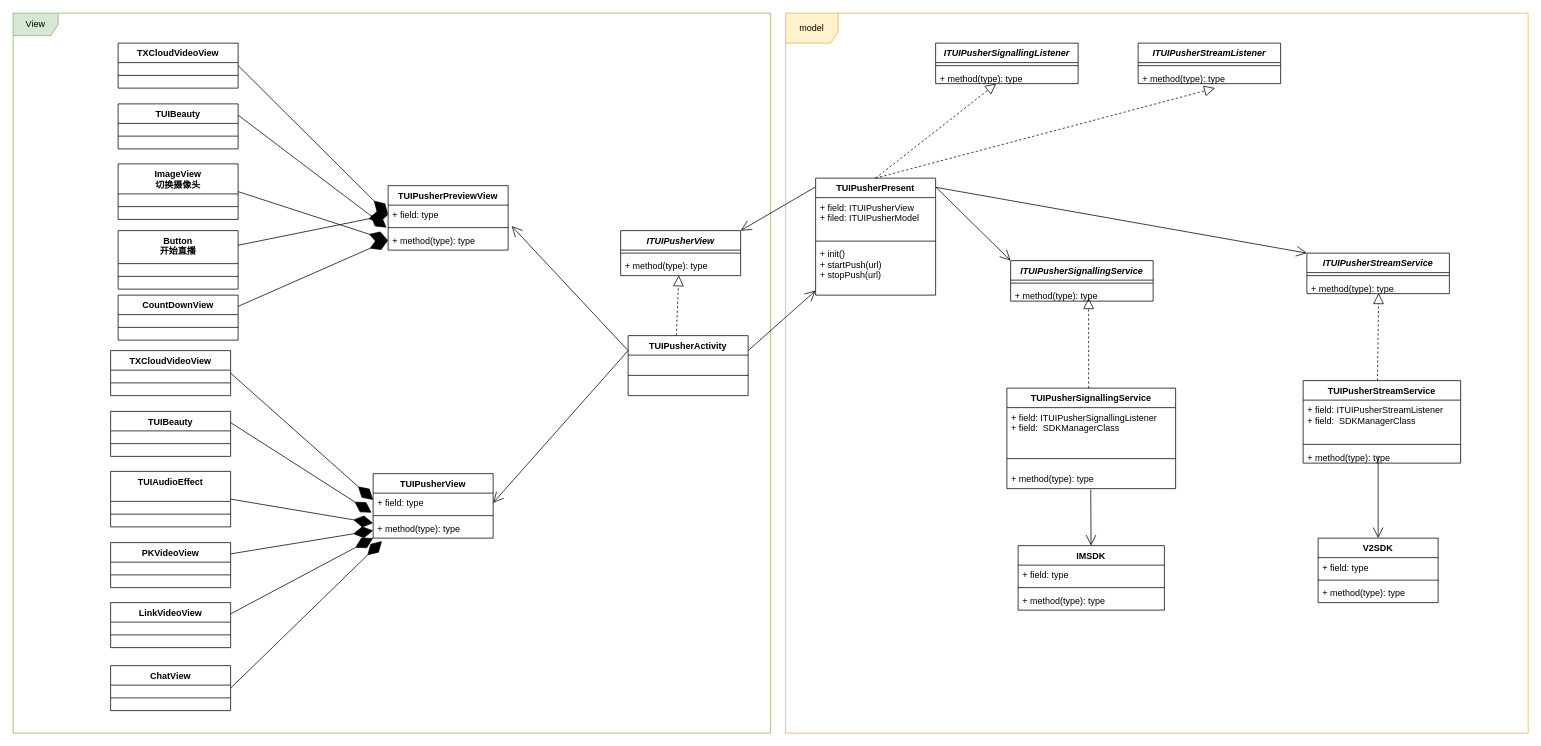
Before: diagrams/TUIPusher.drawio in paopaosecret/resources, a draw.io diagram. Source tidied: cells renumbered, new cells numbered last; positions are measured from the earlier drawing's top-left corner, leaving out a move shared by most shapes. Both pictures are drawn from the tidied source at 75%, with x=0, y=0 at pixel (13, 13).
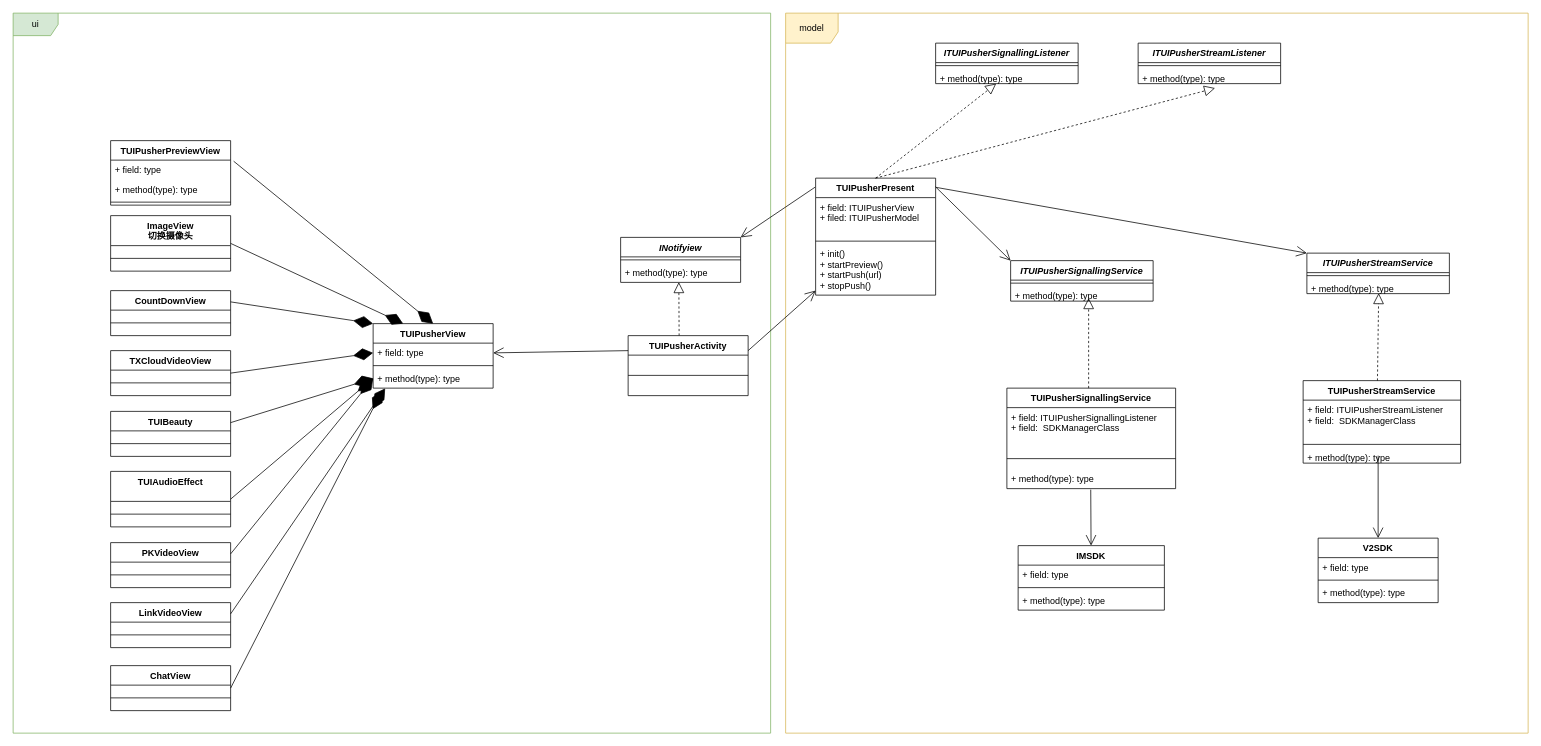
The same diagram, later.

The change refers to these unchanged cells:
```xml
<mxCell id="6" value="+ method(type): type" style="text;strokeColor=none;fillColor=none;align=left;verticalAlign=top;spacingLeft=4;spacingRight=4;overflow=hidden;points=[[0,0.5],[1,0.5]];portConstraint=eastwest;" parent="4" vertex="1">
  <mxGeometry y="34" width="160" height="26" as="geometry" />
</mxCell>
<mxCell id="7" value="TUIPusherPresent" style="swimlane;fontStyle=1;align=center;verticalAlign=top;horizontal=1;startSize=26;" parent="1" vertex="1">
  <mxGeometry x="1070" y="220" width="160" height="156" as="geometry" />
</mxCell>
<mxCell id="12" value="+ field: type" style="text;strokeColor=none;fillColor=none;align=left;verticalAlign=top;spacingLeft=4;spacingRight=4;overflow=hidden;points=[[0,0.5],[1,0.5]];portConstraint=eastwest;" parent="11" vertex="1">
  <mxGeometry y="26" width="160" height="26" as="geometry" />
</mxCell>
<mxCell id="21" value="TUIPusherActivity" style="swimlane;fontStyle=1;align=center;verticalAlign=top;horizontal=1;startSize=26;" parent="1" vertex="1">
  <mxGeometry x="820" y="430" width="160" height="80" as="geometry" />
</mxCell>
<mxCell id="57" value="+ field: type" style="text;strokeColor=none;fillColor=none;align=left;verticalAlign=top;spacingLeft=4;spacingRight=4;overflow=hidden;points=[[0,0.5],[1,0.5]];portConstraint=eastwest;" parent="56" vertex="1">
  <mxGeometry y="26" width="160" height="26" as="geometry" />
</mxCell>
<mxCell id="59" value="+ method(type): type" style="text;strokeColor=none;fillColor=none;align=left;verticalAlign=top;spacingLeft=4;spacingRight=4;overflow=hidden;points=[[0,0.5],[1,0.5]];portConstraint=eastwest;" parent="56" vertex="1">
  <mxGeometry y="60" width="160" height="26" as="geometry" />
</mxCell>
<mxCell id="77" value="TXCloudVideoView" style="swimlane;fontStyle=1;align=center;verticalAlign=top;horizontal=1;startSize=26;" parent="1" vertex="1">
  <mxGeometry x="130" y="450" width="160" height="60" as="geometry" />
</mxCell>
<mxCell id="80" value="TUIBeauty" style="swimlane;fontStyle=1;align=center;verticalAlign=top;horizontal=1;startSize=26;" parent="1" vertex="1">
  <mxGeometry x="130" y="531" width="160" height="60" as="geometry" />
</mxCell>
<mxCell id="83" value="TUIAudioEffect" style="swimlane;fontStyle=1;align=center;verticalAlign=top;horizontal=1;startSize=40;" parent="1" vertex="1">
  <mxGeometry x="130" y="611" width="160" height="74" as="geometry" />
</mxCell>
<mxCell id="86" value="PKVideoView&#10;" style="swimlane;fontStyle=1;align=center;verticalAlign=top;horizontal=1;startSize=26;" parent="1" vertex="1">
  <mxGeometry x="130" y="706" width="160" height="60" as="geometry" />
</mxCell>
<mxCell id="89" value="LinkVideoView" style="swimlane;fontStyle=1;align=center;verticalAlign=top;horizontal=1;startSize=26;" parent="1" vertex="1">
  <mxGeometry x="130" y="786" width="160" height="60" as="geometry" />
</mxCell>
```

The edit, as a diff of the source:
```diff
@@
-    <mxCell id="2" value="View" style="shape=umlFrame;whiteSpace=wrap;html=1;strokeColor=#82b366;fillColor=#d5e8d4;" parent="1" vertex="1">
+    <mxCell id="2" value="ui" style="shape=umlFrame;whiteSpace=wrap;html=1;strokeColor=#82b366;fillColor=#d5e8d4;" parent="1" vertex="1">
       <mxGeometry width="1010" height="960" as="geometry" />
     </mxCell>
@@
-    <mxCell id="4" value="ITUIPusherView" style="swimlane;fontStyle=3;align=center;verticalAlign=top;horizontal=1;startSize=26;" parent="1" vertex="1">
-      <mxGeometry x="810" y="290" width="160" height="60" as="geometry" />
+    <mxCell id="4" value="INotifyiew" style="swimlane;fontStyle=3;align=center;verticalAlign=top;horizontal=1;startSize=26;" parent="1" vertex="1">
+      <mxGeometry x="810" y="299" width="160" height="60" as="geometry" />
     </mxCell>
@@
-    <mxCell id="10" value="+ init()&#10;+ startPush(url)&#10;+ stopPush(url)" style="text;strokeColor=none;fillColor=none;align=left;verticalAlign=top;spacingLeft=4;spacingRight=4;overflow=hidden;" parent="7" vertex="1">
+    <mxCell id="10" value="+ init()&#10;+ startPreview()&#10;+ startPush(url)&#10;+ stopPush()" style="text;strokeColor=none;fillColor=none;align=left;verticalAlign=top;spacingLeft=4;spacingRight=4;overflow=hidden;" parent="7" vertex="1">
       <mxGeometry y="88" width="160" height="68" as="geometry" />
     </mxCell>
     <mxCell id="11" value="TUIPusherPreviewView" style="swimlane;fontStyle=1;align=center;verticalAlign=top;horizontal=1;startSize=26;" parent="1" vertex="1">
-      <mxGeometry x="500" y="230" width="160" height="86" as="geometry" />
+      <mxGeometry x="130" y="170" width="160" height="86" as="geometry" />
     </mxCell>
@@
+    <mxCell id="14" value="+ method(type): type" style="text;strokeColor=none;fillColor=none;align=left;verticalAlign=top;spacingLeft=4;spacingRight=4;overflow=hidden;points=[[0,0.5],[1,0.5]];portConstraint=eastwest;" parent="11" vertex="1">
+      <mxGeometry y="52" width="160" height="26" as="geometry" />
+    </mxCell>
     <mxCell id="13" style="line;strokeWidth=1;fillColor=none;align=left;verticalAlign=middle;spacingTop=-1;spacingLeft=3;spacingRight=3;labelPosition=right;" parent="11" vertex="1">
-      <mxGeometry y="52" width="160" height="8" as="geometry" />
+      <mxGeometry y="78" width="160" height="8" as="geometry" />
     </mxCell>
-    <mxCell id="14" value="+ method(type): type" style="text;strokeColor=none;fillColor=none;align=left;verticalAlign=top;spacingLeft=4;spacingRight=4;overflow=hidden;points=[[0,0.5],[1,0.5]];portConstraint=eastwest;" parent="11" vertex="1">
-      <mxGeometry y="60" width="160" height="26" as="geometry" />
-    </mxCell>
-    <mxCell id="15" style="endArrow=block;dashed=1;endFill=0;endSize=12;html=1;exitX=0.402;exitY=-0.004;exitDx=0;exitDy=0;entryX=0.485;entryY=0.987;entryDx=0;entryDy=0;entryPerimeter=0;exitPerimeter=0;" parent="1" edge="1" source="21" target="6">
-      <mxGeometry relative="1" as="geometry" />
+    <mxCell id="15" style="endArrow=block;dashed=1;endFill=0;endSize=12;html=1;entryX=0.485;entryY=0.987;entryDx=0;entryDy=0;entryPerimeter=0;" parent="1" edge="1" target="6">
+      <mxGeometry relative="1" as="geometry">
+        <mxPoint x="888" y="430" as="sourcePoint" />
+      </mxGeometry>
     </mxCell>
@@
     <mxCell id="56" value="TUIPusherView" style="swimlane;fontStyle=1;align=center;verticalAlign=top;horizontal=1;startSize=26;" parent="1" vertex="1">
-      <mxGeometry x="480" y="614" width="160" height="86" as="geometry" />
+      <mxGeometry x="480" y="414" width="160" height="86" as="geometry" />
     </mxCell>
@@
-    <mxCell id="60" style="endArrow=open;endFill=1;endSize=12;html=1;entryX=1.03;entryY=-0.231;entryDx=0;entryDy=0;entryPerimeter=0;exitX=0;exitY=0.25;exitDx=0;exitDy=0;" parent="1" edge="1" source="21" target="14">
-      <mxGeometry relative="1" as="geometry" />
-    </mxCell>
@@
-    <mxCell id="62" value="TXCloudVideoView" style="swimlane;fontStyle=1;align=center;verticalAlign=top;horizontal=1;startSize=26;" parent="1" vertex="1">
-      <mxGeometry x="140" y="40" width="160" height="60" as="geometry" />
-    </mxCell>
-    <mxCell id="63" style="line;strokeWidth=1;fillColor=none;align=left;verticalAlign=middle;spacingTop=-1;spacingLeft=3;spacingRight=3;labelPosition=right;" parent="62" vertex="1">
-      <mxGeometry y="26" width="160" height="34" as="geometry" />
-    </mxCell>
-    <mxCell id="64" style="endArrow=diamondThin;endFill=1;endSize=24;html=1;entryX=0;entryY=0.5;entryDx=0;entryDy=0;exitX=1;exitY=0.5;exitDx=0;exitDy=0;" parent="1" edge="1" source="62" target="12">
+    <mxCell id="64" style="endArrow=diamondThin;endFill=1;endSize=24;html=1;entryX=0.5;entryY=0;entryDx=0;entryDy=0;exitX=1.025;exitY=0.055;exitDx=0;exitDy=0;exitPerimeter=0;" parent="1" edge="1" source="12" target="56">
       <mxGeometry relative="1" as="geometry" />
     </mxCell>
-    <mxCell id="65" value="TUIBeauty" style="swimlane;fontStyle=1;align=center;verticalAlign=top;horizontal=1;startSize=26;" parent="1" vertex="1">
-      <mxGeometry x="140" y="121" width="160" height="60" as="geometry" />
-    </mxCell>
-    <mxCell id="66" style="line;strokeWidth=1;fillColor=none;align=left;verticalAlign=middle;spacingTop=-1;spacingLeft=3;spacingRight=3;labelPosition=right;" parent="65" vertex="1">
-      <mxGeometry y="26" width="160" height="34" as="geometry" />
-    </mxCell>
-    <mxCell id="67" style="endArrow=diamondThin;endFill=1;endSize=24;html=1;exitX=1;exitY=0.25;exitDx=0;exitDy=0;entryX=-0.013;entryY=1.154;entryDx=0;entryDy=0;entryPerimeter=0;" parent="1" edge="1" source="65" target="12">
-      <mxGeometry relative="1" as="geometry" />
-    </mxCell>
     <mxCell id="68" value="ImageView&#10;切换摄像头" style="swimlane;fontStyle=1;align=center;verticalAlign=top;horizontal=1;startSize=40;" parent="1" vertex="1">
-      <mxGeometry x="140" y="201" width="160" height="74" as="geometry" />
+      <mxGeometry x="130" y="270" width="160" height="74" as="geometry" />
     </mxCell>
@@
-    <mxCell id="70" style="endArrow=diamondThin;endFill=1;endSize=24;html=1;exitX=1;exitY=0.5;exitDx=0;exitDy=0;entryX=0;entryY=0.5;entryDx=0;entryDy=0;" parent="1" edge="1" source="68" target="14">
+    <mxCell id="70" style="endArrow=diamondThin;endFill=1;endSize=24;html=1;exitX=1;exitY=0.5;exitDx=0;exitDy=0;entryX=0.25;entryY=0;entryDx=0;entryDy=0;" parent="1" edge="1" source="68" target="56">
       <mxGeometry relative="1" as="geometry" />
     </mxCell>
-    <mxCell id="71" value="Button&#10;开始直播" style="swimlane;fontStyle=1;align=center;verticalAlign=top;horizontal=1;startSize=44;" parent="1" vertex="1">
-      <mxGeometry x="140" y="290" width="160" height="78" as="geometry" />
-    </mxCell>
-    <mxCell id="72" style="line;strokeWidth=1;fillColor=none;align=left;verticalAlign=middle;spacingTop=-1;spacingLeft=3;spacingRight=3;labelPosition=right;" parent="71" vertex="1">
-      <mxGeometry y="44" width="160" height="34" as="geometry" />
-    </mxCell>
-    <mxCell id="73" style="endArrow=diamondThin;endFill=1;endSize=24;html=1;exitX=1;exitY=0.25;exitDx=0;exitDy=0;entryX=0;entryY=0.5;entryDx=0;entryDy=0;" parent="1" edge="1" source="71" target="12">
-      <mxGeometry relative="1" as="geometry" />
-    </mxCell>
     <mxCell id="74" value="CountDownView" style="swimlane;fontStyle=1;align=center;verticalAlign=top;horizontal=1;startSize=26;" parent="1" vertex="1">
-      <mxGeometry x="140" y="376" width="160" height="60" as="geometry" />
+      <mxGeometry x="130" y="370" width="160" height="60" as="geometry" />
     </mxCell>
@@
-    <mxCell id="76" style="endArrow=diamondThin;endFill=1;endSize=24;html=1;exitX=1;exitY=0.25;exitDx=0;exitDy=0;entryX=0;entryY=0.5;entryDx=0;entryDy=0;" parent="1" edge="1" source="74" target="14">
+    <mxCell id="76" style="endArrow=diamondThin;endFill=1;endSize=24;html=1;exitX=1;exitY=0.25;exitDx=0;exitDy=0;entryX=0;entryY=0;entryDx=0;entryDy=0;" parent="1" edge="1" source="74" target="56">
       <mxGeometry relative="1" as="geometry" />
     </mxCell>
@@
-    <mxCell id="79" style="endArrow=diamondThin;endFill=1;endSize=24;html=1;entryX=0;entryY=0.5;entryDx=0;entryDy=0;exitX=1;exitY=0.5;exitDx=0;exitDy=0;" parent="1" edge="1" source="77">
-      <mxGeometry relative="1" as="geometry">
-        <mxPoint x="480" y="649" as="targetPoint" />
-      </mxGeometry>
+    <mxCell id="79" style="endArrow=diamondThin;endFill=1;endSize=24;html=1;entryX=0;entryY=0.5;entryDx=0;entryDy=0;exitX=1;exitY=0.5;exitDx=0;exitDy=0;" parent="1" edge="1" source="77" target="57">
+      <mxGeometry relative="1" as="geometry" />
     </mxCell>
@@
-    <mxCell id="82" style="endArrow=diamondThin;endFill=1;endSize=24;html=1;exitX=1;exitY=0.25;exitDx=0;exitDy=0;entryX=-0.013;entryY=1.154;entryDx=0;entryDy=0;entryPerimeter=0;" parent="1" edge="1" source="80">
-      <mxGeometry relative="1" as="geometry">
-        <mxPoint x="477.9" y="666" as="targetPoint" />
-      </mxGeometry>
+    <mxCell id="82" style="endArrow=diamondThin;endFill=1;endSize=24;html=1;exitX=1;exitY=0.25;exitDx=0;exitDy=0;entryX=0;entryY=0.5;entryDx=0;entryDy=0;" parent="1" edge="1" source="80" target="59">
+      <mxGeometry relative="1" as="geometry" />
     </mxCell>
@@
-    <mxCell id="85" style="endArrow=diamondThin;endFill=1;endSize=24;html=1;exitX=1;exitY=0.5;exitDx=0;exitDy=0;" parent="1" edge="1" source="83">
-      <mxGeometry relative="1" as="geometry">
-        <mxPoint x="480" y="680" as="targetPoint" />
-      </mxGeometry>
+    <mxCell id="85" style="endArrow=diamondThin;endFill=1;endSize=24;html=1;exitX=1;exitY=0.5;exitDx=0;exitDy=0;entryX=0;entryY=0.5;entryDx=0;entryDy=0;" parent="1" edge="1" source="83" target="59">
+      <mxGeometry relative="1" as="geometry" />
     </mxCell>
@@
-    <mxCell id="88" style="endArrow=diamondThin;endFill=1;endSize=24;html=1;exitX=1;exitY=0.25;exitDx=0;exitDy=0;" parent="1" edge="1" source="86">
-      <mxGeometry relative="1" as="geometry">
-        <mxPoint x="480" y="690" as="targetPoint" />
-      </mxGeometry>
+    <mxCell id="88" style="endArrow=diamondThin;endFill=1;endSize=24;html=1;exitX=1;exitY=0.25;exitDx=0;exitDy=0;entryX=0;entryY=0.5;entryDx=0;entryDy=0;" parent="1" edge="1" source="86" target="59">
+      <mxGeometry relative="1" as="geometry" />
     </mxCell>
@@
-    <mxCell id="91" style="endArrow=diamondThin;endFill=1;endSize=24;html=1;exitX=1;exitY=0.25;exitDx=0;exitDy=0;" parent="1" edge="1" source="89">
-      <mxGeometry relative="1" as="geometry">
-        <mxPoint x="480" y="700" as="targetPoint" />
-      </mxGeometry>
+    <mxCell id="91" style="endArrow=diamondThin;endFill=1;endSize=24;html=1;exitX=1;exitY=0.25;exitDx=0;exitDy=0;entryX=0.1;entryY=1.016;entryDx=0;entryDy=0;entryPerimeter=0;" parent="1" edge="1" source="89" target="59">
+      <mxGeometry relative="1" as="geometry" />
     </mxCell>
```
